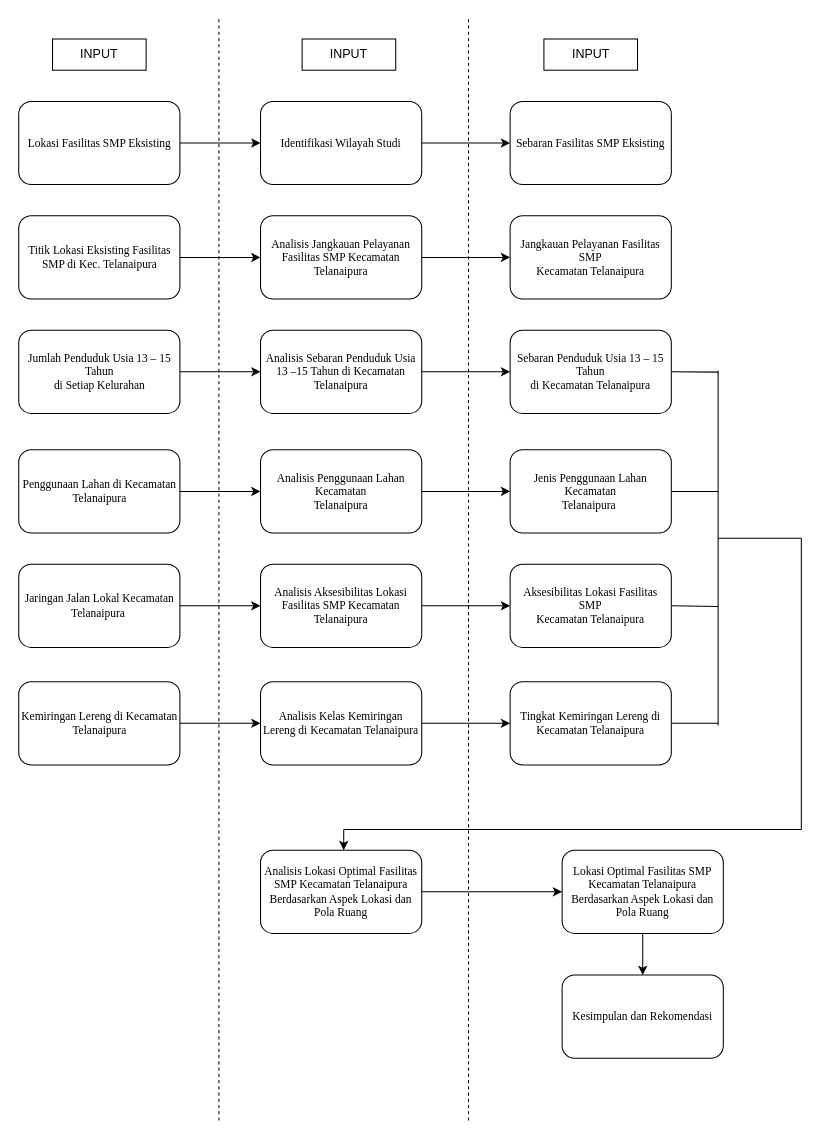
Above: Untitled Diagram.drawio in Farhan250502/KelasA (draw.io), before the change. Source tidied: cells renumbered, new cells numbered last; positions are measured from the earlier drawing's top-left corner, leaving out a move shared by most shapes. Both pictures are drawn from the tidied source at 104%, with x=0, y=0 at pixel (19, 18).
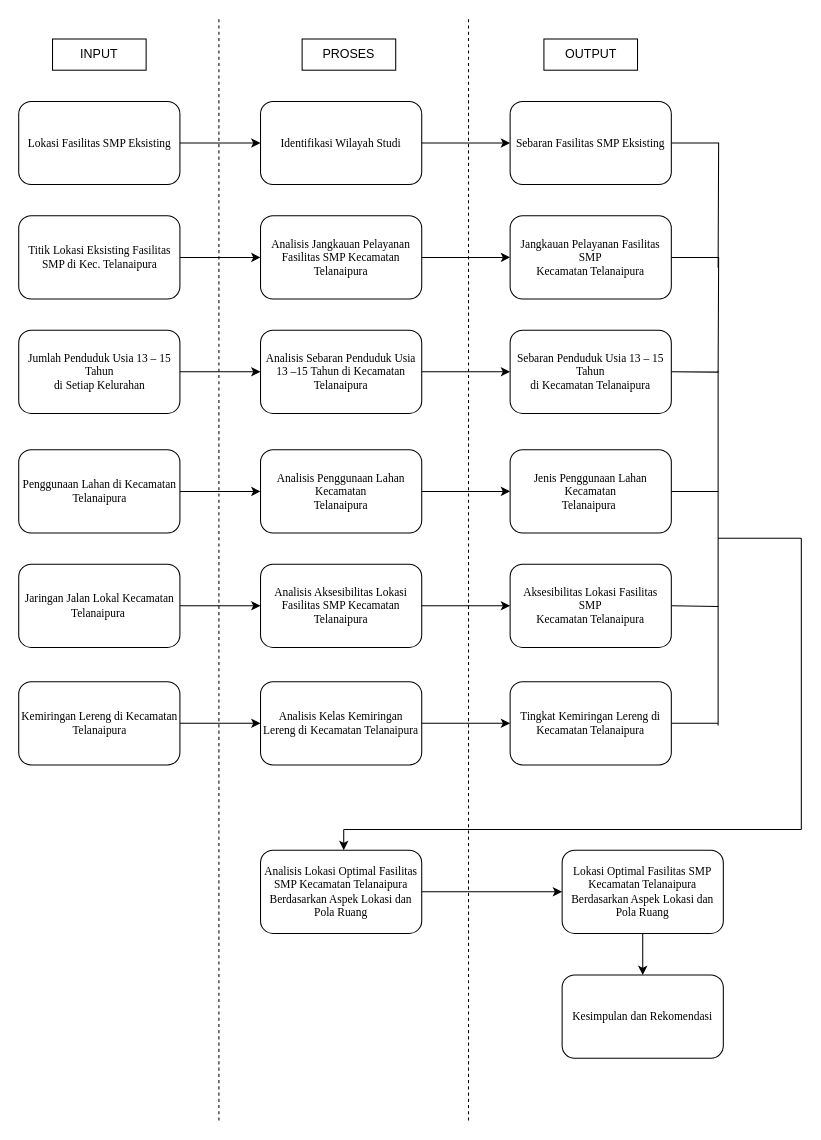
Above is the later version.

The change refers to these unchanged cells:
```xml
<mxCell id="31" value="&lt;p class=&quot;MsoNormal&quot; align=&quot;center&quot;&gt;&lt;span style=&quot;font-family: &amp;#34;times new roman&amp;#34; , serif&quot;&gt;Sebaran Fasilitas SMP Eksisting&lt;/span&gt;&lt;/p&gt;" style="rounded=1;whiteSpace=wrap;html=1;fontFamily=Times New Roman;strokeWidth=1;fontSize=11;" parent="1" vertex="1">
  <mxGeometry x="472" y="80" width="155" height="80" as="geometry" />
</mxCell>
<mxCell id="32" value="&lt;p class=&quot;MsoNormal&quot; align=&quot;center&quot;&gt;&lt;span style=&quot;font-family: &amp;#34;times new roman&amp;#34; , serif&quot;&gt;Jangkauan Pelayanan Fasilitas SMP&lt;br/&gt;Kecamatan Telanaipura&lt;/span&gt;&lt;/p&gt;" style="rounded=1;whiteSpace=wrap;html=1;fontFamily=Times New Roman;fontSize=11;" parent="1" vertex="1">
  <mxGeometry x="472" y="190" width="155" height="80" as="geometry" />
</mxCell>
```

What changed in the source:
```diff
@@
-    <mxCell id="3" value="INPUT" style="rounded=0;whiteSpace=wrap;html=1;" parent="1" vertex="1">
+    <mxCell id="3" value="PROSES" style="rounded=0;whiteSpace=wrap;html=1;" parent="1" vertex="1">
       <mxGeometry x="272" y="20" width="90" height="30" as="geometry" />
     </mxCell>
-    <mxCell id="4" value="INPUT" style="rounded=0;whiteSpace=wrap;html=1;" parent="1" vertex="1">
+    <mxCell id="4" value="OUTPUT" style="rounded=0;whiteSpace=wrap;html=1;" parent="1" vertex="1">
       <mxGeometry x="504.5" y="20" width="90" height="30" as="geometry" />
     </mxCell>
@@
+    <mxCell id="51" style="edgeStyle=orthogonalEdgeStyle;rounded=0;jettySize=auto;html=1;exitX=1;exitY=0.5;exitDx=0;exitDy=0;endArrow=none;endFill=0;" parent="1" edge="1" source="31">
+      <mxGeometry relative="1" as="geometry">
+        <mxPoint x="672" y="240" as="targetPoint" />
+      </mxGeometry>
+    </mxCell>
@@
+    <mxCell id="52" style="edgeStyle=orthogonalEdgeStyle;rounded=0;jettySize=auto;html=1;exitX=1;exitY=0.5;exitDx=0;exitDy=0;endArrow=none;endFill=0;" parent="1" edge="1" source="32">
+      <mxGeometry relative="1" as="geometry">
+        <mxPoint x="672" y="340" as="targetPoint" />
+      </mxGeometry>
+    </mxCell>
```
